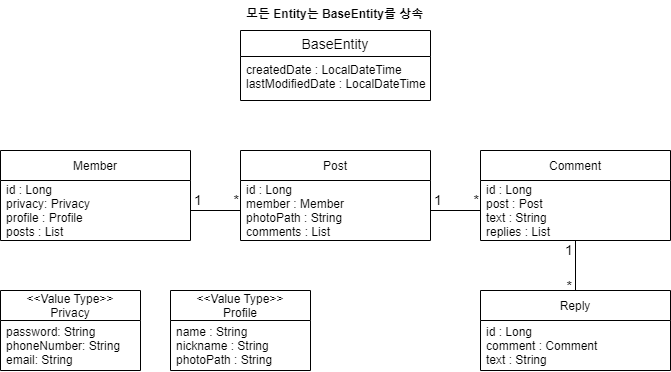
Above: Sprint1 Entity Class Diagram.drawio.png in JunYoung-C/Instagram (draw.io), before the change. Source tidied: cells renumbered, new cells last; positions are measured from the earlier drawing's top-left corner, leaving out a move shared by most shapes.
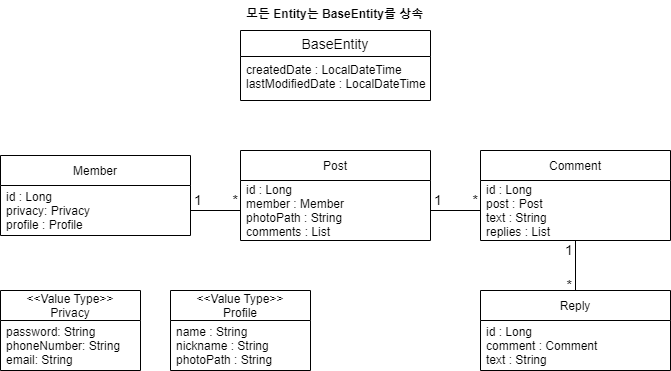
Later version of the same file.

Commit message:
docs: 멤버 클래스 posts 제거

Diff of the diagram source:
```diff
@@ -9,10 +9,10 @@
       <mxGeometry y="30" width="190" height="60" as="geometry" />
     </mxCell>
     <mxCell id="4" value="Member" style="swimlane;fontStyle=0;horizontal=1;startSize=30;" parent="1" vertex="1">
-      <mxGeometry y="150" width="190" height="90" as="geometry" />
+      <mxGeometry y="155" width="190" height="80" as="geometry" />
     </mxCell>
-    <mxCell id="5" value="id : Long&#10;privacy: Privacy&#10;profile : Profile&#10;posts : List" style="text;strokeColor=none;fillColor=none;align=left;verticalAlign=middle;spacingLeft=4;spacingRight=4;overflow=hidden;points=[[0,0.5],[1,0.5]];portConstraint=eastwest;" parent="4" vertex="1">
-      <mxGeometry y="30" width="190" height="60" as="geometry" />
+    <mxCell id="5" value="id : Long&#10;privacy: Privacy&#10;profile : Profile" style="text;strokeColor=none;fillColor=none;align=left;verticalAlign=middle;spacingLeft=4;spacingRight=4;overflow=hidden;points=[[0,0.5],[1,0.5]];portConstraint=eastwest;" parent="4" vertex="1">
+      <mxGeometry y="30" width="190" height="50" as="geometry" />
     </mxCell>
     <mxCell id="6" value="Post" style="swimlane;fontStyle=0;horizontal=1;startSize=30;" parent="1" vertex="1">
       <mxGeometry x="240" y="150" width="190" height="90" as="geometry" />
```
